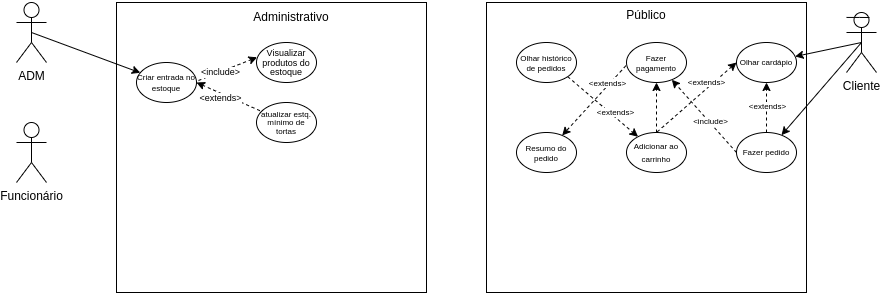
This is UC_d.drawio.png from FreelyTian/docs, a draw.io export, as it was before one commit. Source tidied: cells renumbered, new cells last; positions are measured from the earlier drawing's top-left corner, leaving out a move shared by most shapes.
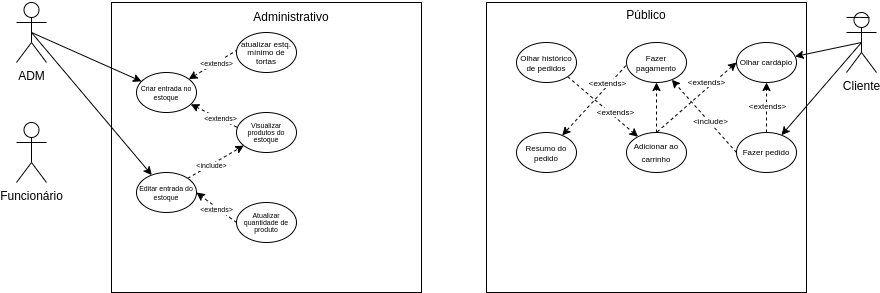
Later version of the same file.

What changed in the source:
```diff
@@ -6,11 +6,14 @@
       <mxGeometry x="470" y="2" width="320" height="290" as="geometry" />
     </mxCell>
     <mxCell id="3" style="rounded=0;whiteSpace=wrap;html=1;" parent="1" vertex="1">
-      <mxGeometry x="100" y="2" width="310" height="290" as="geometry" />
+      <mxGeometry x="95" y="2" width="310" height="290" as="geometry" />
     </mxCell>
     <mxCell id="4" style="edgeStyle=none;rounded=0;jettySize=auto;html=1;exitX=0.5;exitY=0.5;exitDx=0;exitDy=0;exitPerimeter=0;fontSize=9;" parent="1" edge="1" source="5" target="15">
       <mxGeometry relative="1" as="geometry" />
     </mxCell>
+    <mxCell id="36" style="edgeStyle=none;rounded=0;jettySize=auto;html=1;exitX=0.5;exitY=0.5;exitDx=0;exitDy=0;exitPerimeter=0;fontSize=7;startArrow=none;startFill=0;endArrow=classic;endFill=1;" parent="1" edge="1" source="5" target="39">
+      <mxGeometry relative="1" as="geometry" />
+    </mxCell>
     <mxCell id="5" value="ADM" style="shape=umlActor;verticalLabelPosition=bottom;verticalAlign=top;html=1;outlineConnect=0;" parent="1" vertex="1">
       <mxGeometry y="2" width="30" height="60" as="geometry" />
     </mxCell>
@@ -29,28 +32,30 @@
     <mxCell id="10" value="Administrativo" style="text;html=1;strokeColor=none;fillColor=none;align=center;verticalAlign=middle;whiteSpace=wrap;rounded=0;" parent="1" vertex="1">
       <mxGeometry x="245" y="2" width="60" height="30" as="geometry" />
     </mxCell>
-    <mxCell id="11" style="edgeStyle=none;rounded=0;jettySize=auto;html=1;dashed=1;fontSize=9;entryX=0.01;entryY=0.37;entryDx=0;entryDy=0;entryPerimeter=0;exitX=1.033;exitY=0.45;exitDx=0;exitDy=0;exitPerimeter=0;" parent="1" edge="1" source="15" target="16">
+    <mxCell id="11" style="edgeStyle=none;rounded=0;jettySize=auto;html=1;dashed=1;fontSize=9;entryX=0.01;entryY=0.37;entryDx=0;entryDy=0;entryPerimeter=0;startArrow=classic;startFill=1;endArrow=none;endFill=0;" parent="1" edge="1" source="15" target="16">
       <mxGeometry relative="1" as="geometry" />
     </mxCell>
-    <mxCell id="12" value="&amp;lt;include&amp;gt;" style="edgeLabel;html=1;align=center;verticalAlign=middle;fontSize=9;" parent="11" vertex="1">
-      <mxGeometry x="-0.28" relative="1" as="geometry" />
+    <mxCell id="12" value="&lt;font style=&quot;font-size: 7px;&quot;&gt;&amp;lt;extends&amp;gt;&lt;/font&gt;" style="edgeLabel;html=1;align=center;verticalAlign=middle;fontSize=9;" parent="11" vertex="1">
+      <mxGeometry x="-0.28" relative="1" as="geometry">
+        <mxPoint x="12" y="5" as="offset" />
+      </mxGeometry>
     </mxCell>
-    <mxCell id="13" style="edgeStyle=none;rounded=0;jettySize=auto;html=1;exitX=1;exitY=0.5;exitDx=0;exitDy=0;fontSize=9;dashed=1;startArrow=classic;startFill=1;endArrow=none;endFill=0;" parent="1" edge="1" source="15" target="17">
+    <mxCell id="13" style="rounded=0;jettySize=auto;html=1;fontSize=9;dashed=1;startArrow=classic;startFill=1;endArrow=none;endFill=0;entryX=0.5;entryY=0;entryDx=0;entryDy=0;" parent="1" edge="1" source="15" target="17">
       <mxGeometry relative="1" as="geometry" />
     </mxCell>
-    <mxCell id="14" value="&amp;lt;extends&amp;gt;" style="edgeLabel;html=1;align=center;verticalAlign=middle;fontSize=9;" parent="13" vertex="1">
+    <mxCell id="14" value="&lt;font style=&quot;font-size: 7px;&quot;&gt;&amp;lt;extends&amp;gt;&lt;/font&gt;" style="edgeLabel;html=1;align=center;verticalAlign=middle;fontSize=9;" parent="13" vertex="1">
       <mxGeometry x="-0.28" y="1" relative="1" as="geometry">
-        <mxPoint x="-1" y="6" as="offset" />
+        <mxPoint x="-1" y="2" as="offset" />
       </mxGeometry>
     </mxCell>
-    <mxCell id="15" value="&lt;p style=&quot;line-height: 70%;&quot;&gt;&lt;font style=&quot;font-size: 8px;&quot;&gt;Criar entrada no estoque&lt;/font&gt;&lt;/p&gt;" style="ellipse;whiteSpace=wrap;html=1;" parent="1" vertex="1">
-      <mxGeometry x="120" y="62" width="60" height="40" as="geometry" />
+    <mxCell id="15" value="&lt;p style=&quot;line-height: 55%;&quot;&gt;&lt;font style=&quot;font-size: 7px;&quot;&gt;Criar entrada no estoque&lt;/font&gt;&lt;/p&gt;" style="ellipse;whiteSpace=wrap;html=1;" parent="1" vertex="1">
+      <mxGeometry x="120" y="72" width="60" height="40" as="geometry" />
     </mxCell>
-    <mxCell id="16" value="&lt;p style=&quot;line-height: 70%;&quot;&gt;&lt;font style=&quot;font-size: 9px;&quot;&gt;Visualizar produtos do estoque&lt;/font&gt;&lt;/p&gt;" style="ellipse;whiteSpace=wrap;html=1;" parent="1" vertex="1">
-      <mxGeometry x="240" y="42" width="60" height="40" as="geometry" />
+    <mxCell id="16" value="&lt;p style=&quot;line-height: 40%;&quot;&gt;&lt;font style=&quot;font-size: 7px;&quot;&gt;Visualizar produtos do estoque&lt;/font&gt;&lt;/p&gt;" style="ellipse;whiteSpace=wrap;html=1;" parent="1" vertex="1">
+      <mxGeometry x="220" y="112" width="60" height="40" as="geometry" />
     </mxCell>
     <mxCell id="17" value="&lt;p style=&quot;line-height: 60%;&quot;&gt;&lt;span style=&quot;font-size: 8px;&quot;&gt;atualizar estq. mínimo de tortas&lt;/span&gt;&lt;/p&gt;" style="ellipse;whiteSpace=wrap;html=1;" parent="1" vertex="1">
-      <mxGeometry x="240" y="102" width="60" height="40" as="geometry" />
+      <mxGeometry x="220" y="32" width="60" height="40" as="geometry" />
     </mxCell>
     <mxCell id="18" style="rounded=0;jettySize=auto;html=1;exitX=0;exitY=0.5;exitDx=0;exitDy=0;entryX=0.5;entryY=0;entryDx=0;entryDy=0;dashed=1;fontSize=8;endArrow=none;endFill=0;startArrow=classic;startFill=1;" parent="1" edge="1" source="20" target="32">
       <mxGeometry relative="1" as="geometry" />
@@ -118,5 +123,25 @@
     <mxCell id="35" value="Público" style="text;html=1;strokeColor=none;fillColor=none;align=center;verticalAlign=middle;whiteSpace=wrap;rounded=0;" parent="1" vertex="1">
       <mxGeometry x="600" width="60" height="30" as="geometry" />
     </mxCell>
+    <mxCell id="37" style="edgeStyle=none;rounded=0;jettySize=auto;html=1;exitX=1;exitY=0;exitDx=0;exitDy=0;fontSize=7;startArrow=none;startFill=0;endArrow=classic;endFill=1;dashed=1;" parent="1" edge="1" source="39" target="16">
+      <mxGeometry relative="1" as="geometry" />
+    </mxCell>
+    <mxCell id="38" value="&amp;lt;include&amp;gt;" style="edgeLabel;html=1;align=center;verticalAlign=middle;fontSize=7;" parent="37" vertex="1">
+      <mxGeometry x="-0.21" y="-1" relative="1" as="geometry" />
+    </mxCell>
+    <mxCell id="39" value="&lt;p style=&quot;line-height: 55%;&quot;&gt;&lt;font style=&quot;font-size: 7px;&quot;&gt;Editar entrada do estoque&lt;/font&gt;&lt;/p&gt;" style="ellipse;whiteSpace=wrap;html=1;" parent="1" vertex="1">
+      <mxGeometry x="120" y="172" width="60" height="40" as="geometry" />
+    </mxCell>
+    <mxCell id="40" style="edgeStyle=none;rounded=0;jettySize=auto;html=1;exitX=0;exitY=0.5;exitDx=0;exitDy=0;entryX=1;entryY=0.5;entryDx=0;entryDy=0;dashed=1;fontSize=7;startArrow=none;startFill=0;endArrow=classic;endFill=1;" parent="1" edge="1" source="42" target="39">
+      <mxGeometry relative="1" as="geometry" />
+    </mxCell>
+    <mxCell id="41" value="&amp;lt;extends&amp;gt;" style="edgeLabel;html=1;align=center;verticalAlign=middle;fontSize=7;" parent="40" vertex="1">
+      <mxGeometry x="0.2" relative="1" as="geometry">
+        <mxPoint x="3" y="5" as="offset" />
+      </mxGeometry>
+    </mxCell>
+    <mxCell id="42" value="&lt;p style=&quot;line-height: 40%;&quot;&gt;&lt;font style=&quot;font-size: 7px;&quot;&gt;Atualizar quantidade de produto&lt;/font&gt;&lt;/p&gt;" style="ellipse;whiteSpace=wrap;html=1;" parent="1" vertex="1">
+      <mxGeometry x="220" y="202" width="60" height="40" as="geometry" />
+    </mxCell>
   </root>
 </mxGraphModel>
```
